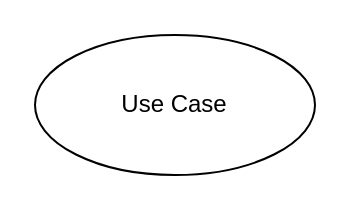
Above: page "第 3 页" (3 of 3) of 开机.drawio in liyunhao2/technology (draw.io), before the change. Source tidied: cells renumbered, new cells numbered last; positions are measured from the earlier drawing's top-left corner, leaving out a move shared by most shapes. Both pictures are drawn from the tidied source at 200%, with x=0, y=0 at pixel (34, 34).
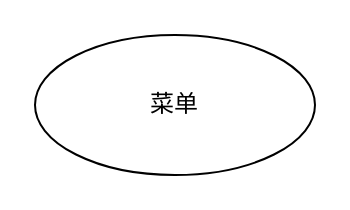
After the change.

What changed in the source:
```diff
@@
 <mxGraphModel>
   <root>
     <mxCell id="0" />
     <mxCell id="1" parent="0" />
-    <mxCell id="2" value="Use Case" style="ellipse;whiteSpace=wrap;html=1;" parent="1" vertex="1">
+    <mxCell id="2" value="菜单" style="ellipse;whiteSpace=wrap;html=1;" parent="1" vertex="1">
       <mxGeometry width="140" height="70" as="geometry" />
     </mxCell>
   </root>
 </mxGraphModel>
```
